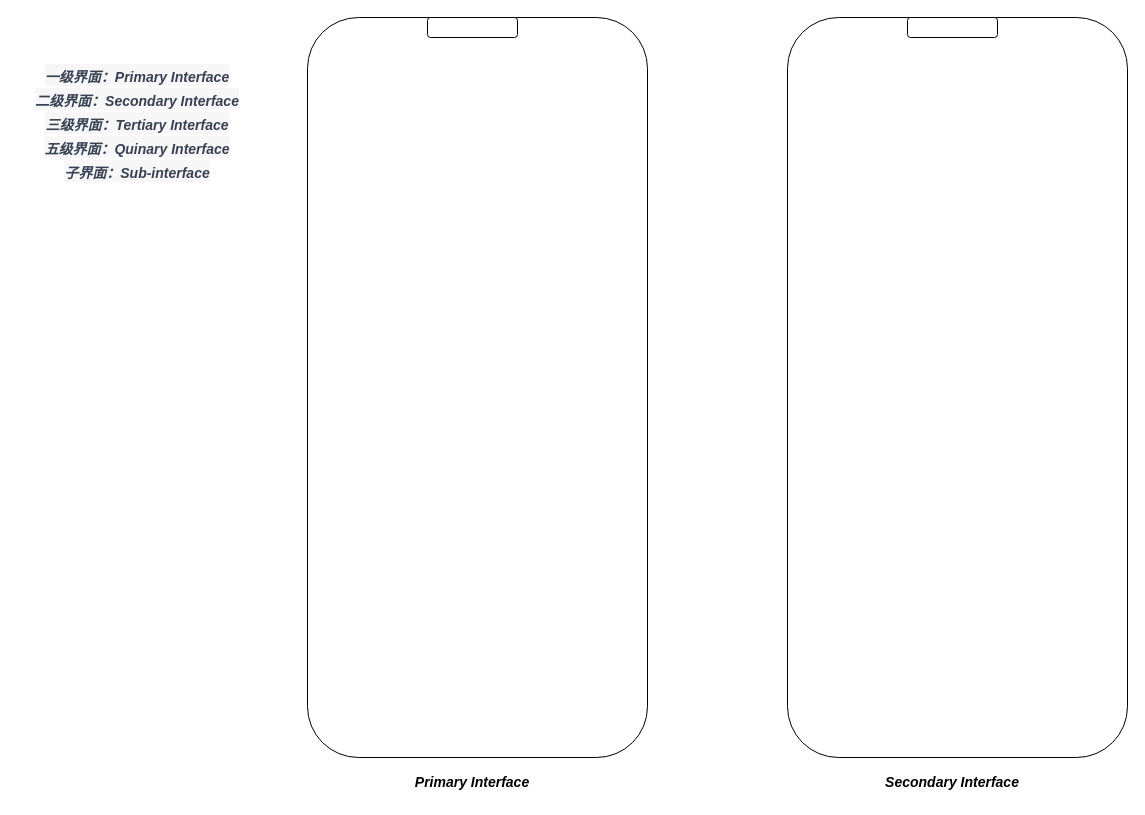
Earlier version of the draw.io diagram User_Interface_Design.drawio (1RanShy/MSC_Project). Source tidied: cells renumbered, new cells numbered last; positions are measured from the earlier drawing's top-left corner, leaving out a move shared by most shapes. Both pictures are drawn from the tidied source at 100%, with x=0, y=0 at pixel (17, 17).
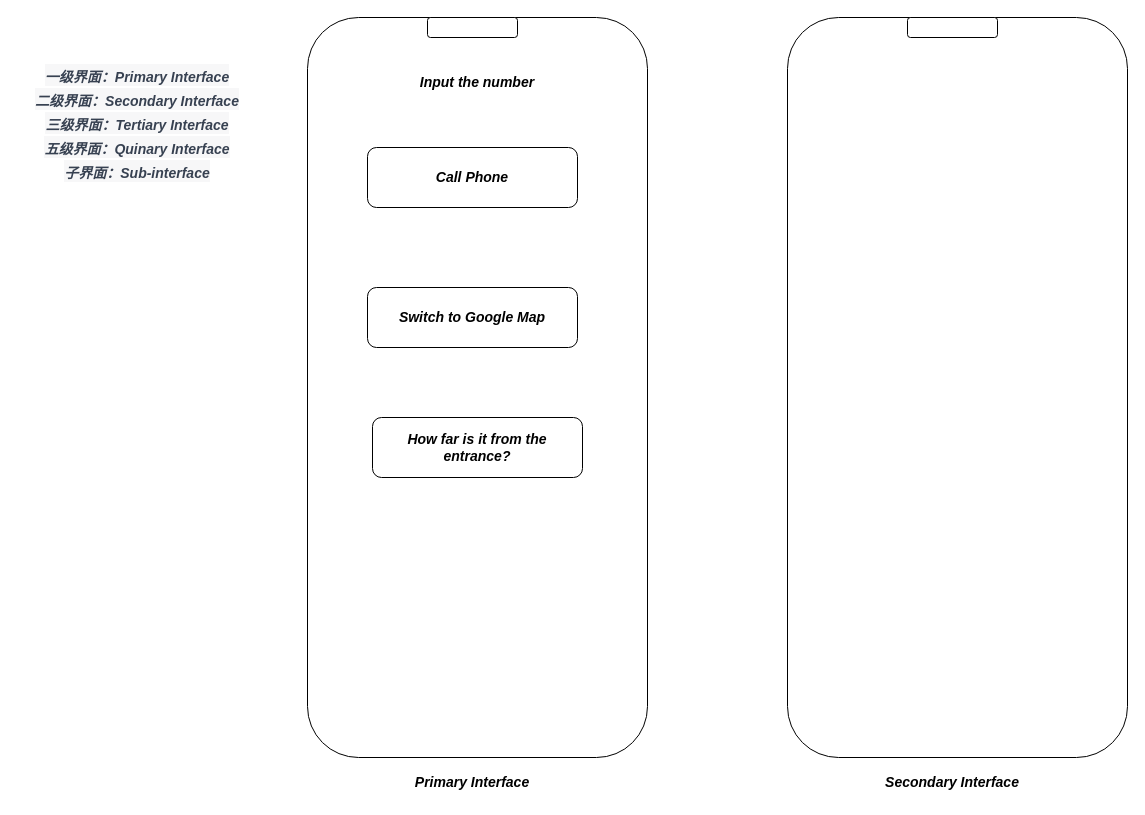
Above is the later version.

What changed in the source:
```diff
@@
 <mxGraphModel>
   <root>
     <mxCell id="0" />
     <mxCell id="1" parent="0" />
     <mxCell id="2" style="rounded=1;whiteSpace=wrap;html=1;" parent="1" vertex="1">
       <mxGeometry x="290" width="340" height="740" as="geometry" />
     </mxCell>
     <mxCell id="3" style="rounded=1;whiteSpace=wrap;html=1;" parent="1" vertex="1">
       <mxGeometry x="410" width="90" height="20" as="geometry" />
     </mxCell>
     <mxCell id="4" value="&lt;b&gt;&lt;i&gt;&lt;font style=&quot;font-size: 14px&quot;&gt;Primary Interface&lt;/font&gt;&lt;/i&gt;&lt;/b&gt;" style="text;html=1;strokeColor=none;fillColor=none;align=center;verticalAlign=middle;whiteSpace=wrap;rounded=0;" parent="1" vertex="1">
       <mxGeometry x="380" y="750" width="150" height="30" as="geometry" />
     </mxCell>
     <mxCell id="5" style="rounded=1;whiteSpace=wrap;html=1;" parent="1" vertex="1">
       <mxGeometry x="770" width="340" height="740" as="geometry" />
     </mxCell>
     <mxCell id="6" style="rounded=1;whiteSpace=wrap;html=1;" parent="1" vertex="1">
       <mxGeometry x="890" width="90" height="20" as="geometry" />
     </mxCell>
     <mxCell id="7" value="&lt;b&gt;&lt;i&gt;&lt;font style=&quot;font-size: 14px&quot;&gt;Secondary Interface&lt;/font&gt;&lt;/i&gt;&lt;/b&gt;" style="text;html=1;strokeColor=none;fillColor=none;align=center;verticalAlign=middle;whiteSpace=wrap;rounded=0;" parent="1" vertex="1">
       <mxGeometry x="860" y="750" width="150" height="30" as="geometry" />
     </mxCell>
     <mxCell id="8" value="&lt;span style=&quot;color: rgb(55 , 65 , 81) ; font-family: , , , , &amp;#34;segoe ui&amp;#34; , &amp;#34;roboto&amp;#34; , &amp;#34;ubuntu&amp;#34; , &amp;#34;cantarell&amp;#34; , &amp;#34;noto sans&amp;#34; , sans-serif , &amp;#34;helvetica neue&amp;#34; , &amp;#34;arial&amp;#34; , &amp;#34;apple color emoji&amp;#34; , &amp;#34;segoe ui emoji&amp;#34; , &amp;#34;segoe ui symbol&amp;#34; , &amp;#34;noto color emoji&amp;#34; ; font-size: 20px ; background-color: rgb(247 , 247 , 248)&quot;&gt;&lt;b style=&quot;font-size: 14px&quot;&gt;&lt;i&gt;一级界面：Primary Interface&lt;br&gt;二级界面：Secondary Interface&lt;br&gt;三级界面：Tertiary Interface&lt;br&gt;五级界面：Quinary Interface&lt;br&gt;子界面：Sub-interface&lt;/i&gt;&lt;/b&gt;&lt;/span&gt;" style="text;html=1;strokeColor=none;fillColor=none;align=center;verticalAlign=middle;whiteSpace=wrap;rounded=0;fontSize=14;" parent="1" vertex="1">
       <mxGeometry y="40" width="240" height="130" as="geometry" />
     </mxCell>
+    <mxCell id="9" value="&lt;font style=&quot;font-size: 14px&quot;&gt;&lt;b&gt;&lt;i&gt;Call Phone&lt;/i&gt;&lt;/b&gt;&lt;/font&gt;" style="rounded=1;whiteSpace=wrap;html=1;" parent="1" vertex="1">
+      <mxGeometry x="350" y="130" width="210" height="60" as="geometry" />
+    </mxCell>
+    <mxCell id="10" value="&lt;font style=&quot;font-size: 14px&quot;&gt;&lt;b&gt;&lt;i&gt;Input the number&lt;/i&gt;&lt;/b&gt;&lt;/font&gt;" style="text;html=1;strokeColor=none;fillColor=none;align=center;verticalAlign=middle;whiteSpace=wrap;rounded=0;" parent="1" vertex="1">
+      <mxGeometry x="365" y="50" width="190" height="30" as="geometry" />
+    </mxCell>
+    <mxCell id="11" value="&lt;font style=&quot;font-size: 14px&quot;&gt;&lt;b&gt;&lt;i&gt;Switch to Google Map&lt;/i&gt;&lt;/b&gt;&lt;/font&gt;" style="rounded=1;whiteSpace=wrap;html=1;" parent="1" vertex="1">
+      <mxGeometry x="350" y="270" width="210" height="60" as="geometry" />
+    </mxCell>
+    <mxCell id="12" value="&lt;font style=&quot;font-size: 14px&quot;&gt;&lt;b&gt;&lt;i&gt;How far is it from the entrance?&lt;/i&gt;&lt;/b&gt;&lt;/font&gt;" style="rounded=1;whiteSpace=wrap;html=1;" parent="1" vertex="1">
+      <mxGeometry x="355" y="400" width="210" height="60" as="geometry" />
+    </mxCell>
   </root>
 </mxGraphModel>
```
